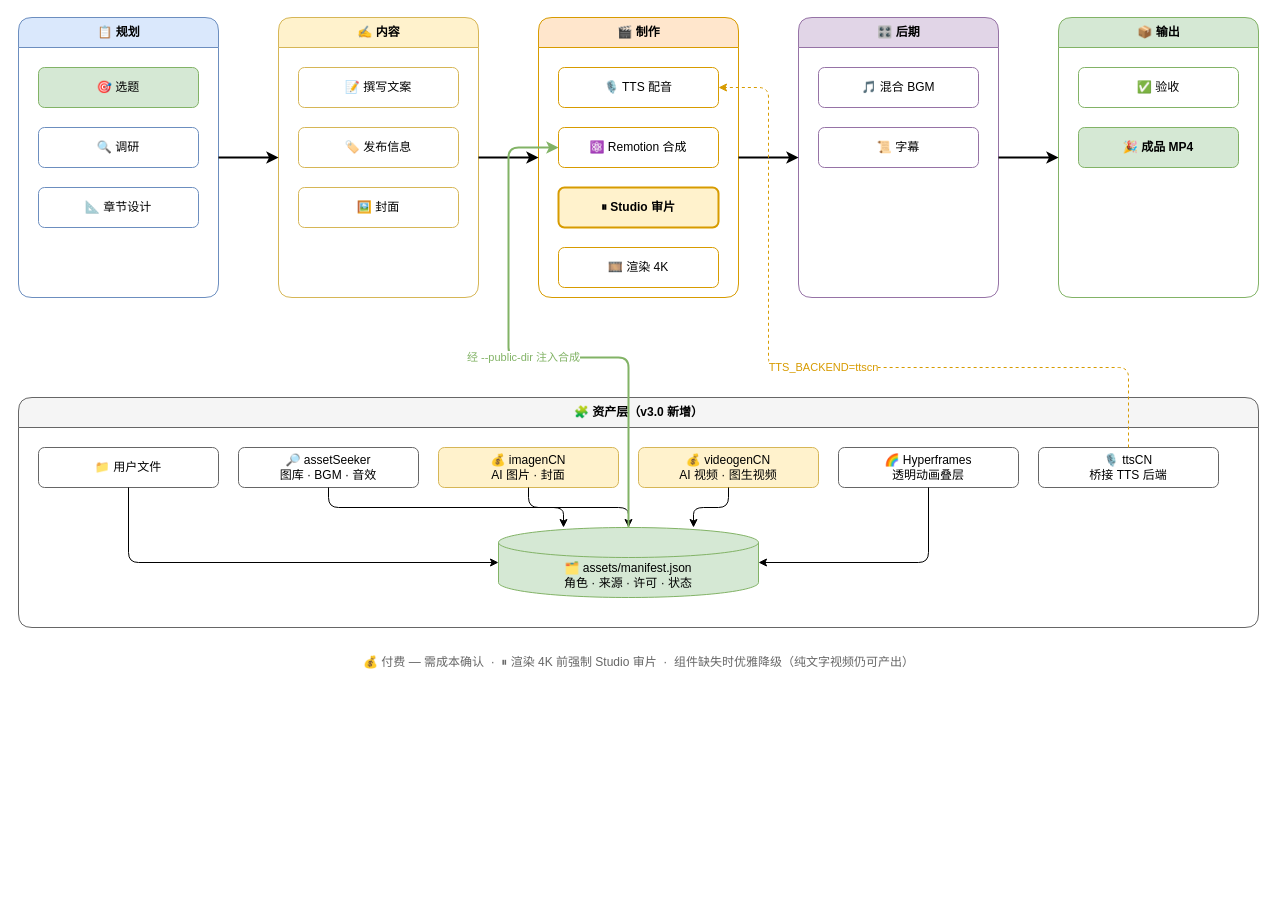
Earlier version of the draw.io diagram mirrors/repos/Agents365-ai@video-podcast-maker/skills/video-podcast-maker/assets/workflow-cn.drawio (gabrielmoreira/agent-skills-mirror). Source tidied: cells renumbered, new cells numbered last; positions are measured from the earlier drawing's top-left corner, leaving out a move shared by most shapes. Both pictures are drawn from the tidied source at 100%, with x=0, y=0 at pixel (18, 17).
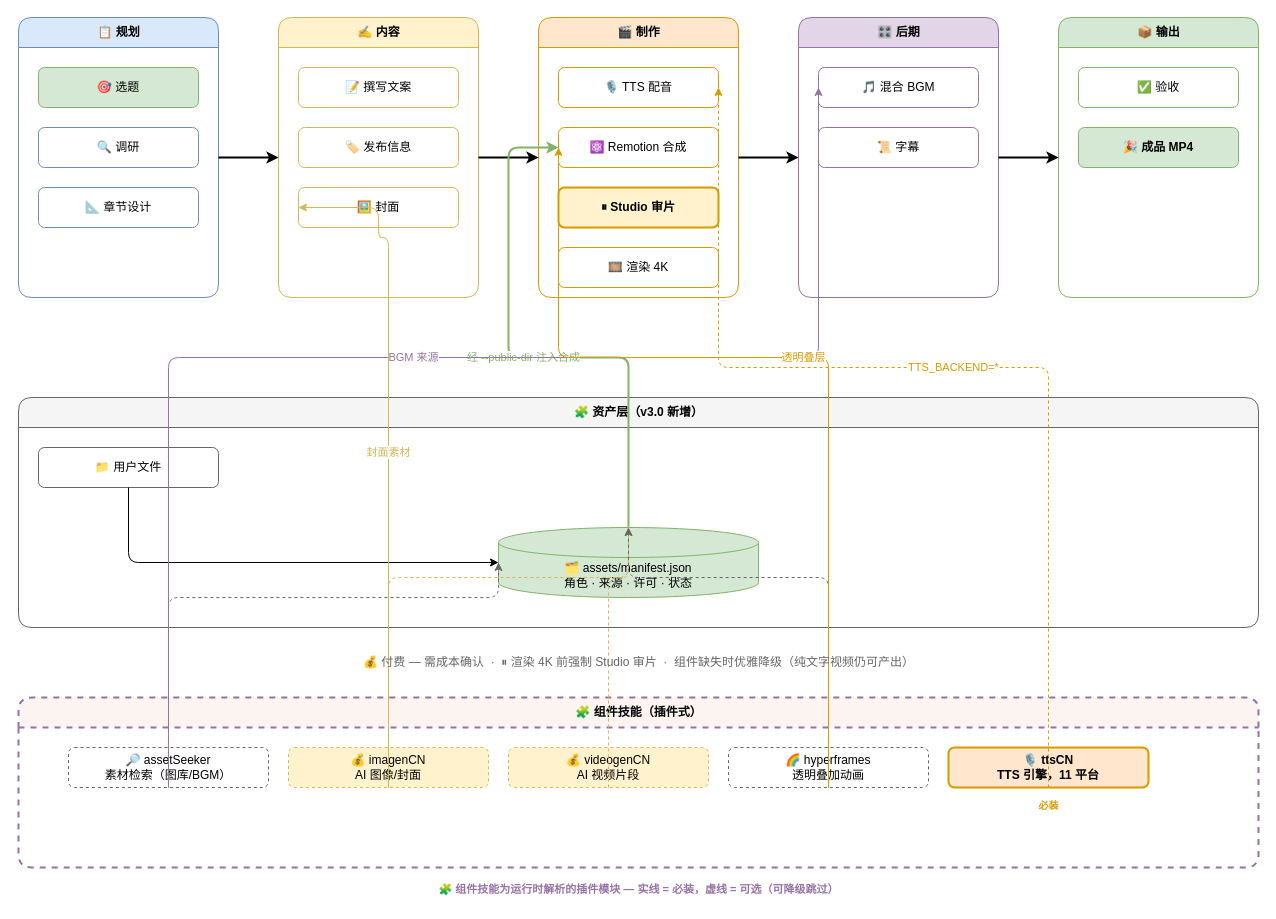
The same page after the edit.

Unchanged cells that the change refers to:
```xml
<mxCell id="9" value="🖼️ 封面" style="rounded=1;whiteSpace=wrap;html=1;fillColor=#ffffff;strokeColor=#d6b656;" parent="6" vertex="1">
  <mxGeometry x="20" y="170" width="160" height="40" as="geometry" />
</mxCell>
<mxCell id="11" value="🎙️ TTS 配音" style="rounded=1;whiteSpace=wrap;html=1;fillColor=#ffffff;strokeColor=#d79b00;" parent="10" vertex="1">
  <mxGeometry x="20" y="50" width="160" height="40" as="geometry" />
</mxCell>
<mxCell id="12" value="⚛️ Remotion 合成" style="rounded=1;whiteSpace=wrap;html=1;fillColor=#ffffff;strokeColor=#d79b00;" parent="10" vertex="1">
  <mxGeometry x="20" y="110" width="160" height="40" as="geometry" />
</mxCell>
<mxCell id="16" value="🎵 混合 BGM" style="rounded=1;whiteSpace=wrap;html=1;fillColor=#ffffff;strokeColor=#9673a6;" parent="15" vertex="1">
  <mxGeometry x="20" y="50" width="160" height="40" as="geometry" />
</mxCell>
<mxCell id="25" value="🧩 资产层（v3.0 新增）" style="swimlane;startSize=30;html=1;rounded=1;fillColor=#f5f5f5;strokeColor=#666666;fontStyle=1;" parent="1" vertex="1">
  <mxGeometry y="380" width="1240" height="230" as="geometry" />
</mxCell>
<mxCell id="32" value="🗂️ assets/manifest.json&#10;角色 · 来源 · 许可 · 状态" style="shape=cylinder3;whiteSpace=wrap;html=1;fillColor=#d5e8d4;strokeColor=#82b366;boundedLbl=1;" parent="25" vertex="1">
  <mxGeometry x="480" y="130" width="260" height="70" as="geometry" />
</mxCell>
```

Diff of the diagram source:
```diff
@@
-    <mxCell id="27" value="🔎 assetSeeker&#10;图库 · BGM · 音效" style="rounded=1;whiteSpace=wrap;html=1;fillColor=#ffffff;strokeColor=#666666;" parent="25" vertex="1">
-      <mxGeometry x="220" y="50" width="180" height="40" as="geometry" />
-    </mxCell>
-    <mxCell id="28" value="💰 imagenCN&#10;AI 图片 · 封面" style="rounded=1;whiteSpace=wrap;html=1;fillColor=#fff2cc;strokeColor=#d6b656;" parent="25" vertex="1">
-      <mxGeometry x="420" y="50" width="180" height="40" as="geometry" />
-    </mxCell>
-    <mxCell id="29" value="💰 videogenCN&#10;AI 视频 · 图生视频" style="rounded=1;whiteSpace=wrap;html=1;fillColor=#fff2cc;strokeColor=#d6b656;" parent="25" vertex="1">
-      <mxGeometry x="620" y="50" width="180" height="40" as="geometry" />
-    </mxCell>
-    <mxCell id="30" value="🌈 Hyperframes&#10;透明动画叠层" style="rounded=1;whiteSpace=wrap;html=1;fillColor=#ffffff;strokeColor=#666666;" parent="25" vertex="1">
-      <mxGeometry x="820" y="50" width="180" height="40" as="geometry" />
-    </mxCell>
-    <mxCell id="31" value="🎙️ ttsCN&#10;桥接 TTS 后端" style="rounded=1;whiteSpace=wrap;html=1;fillColor=#ffffff;strokeColor=#666666;" parent="25" vertex="1">
-      <mxGeometry x="1020" y="50" width="180" height="40" as="geometry" />
-    </mxCell>
@@
-    <mxCell id="34" style="edgeStyle=orthogonalEdgeStyle;rounded=1;jettySize=auto;html=1;exitX=0.5;exitY=1;exitDx=0;exitDy=0;entryX=0.25;entryY=0;entryDx=0;entryDy=0;" parent="25" edge="1" source="27" target="32">
-      <mxGeometry relative="1" as="geometry" />
-    </mxCell>
-    <mxCell id="35" style="edgeStyle=orthogonalEdgeStyle;rounded=1;jettySize=auto;html=1;exitX=0.5;exitY=1;exitDx=0;exitDy=0;entryX=0.5;entryY=0;entryDx=0;entryDy=0;" parent="25" edge="1" source="28" target="32">
-      <mxGeometry relative="1" as="geometry" />
-    </mxCell>
-    <mxCell id="36" style="edgeStyle=orthogonalEdgeStyle;rounded=1;jettySize=auto;html=1;exitX=0.5;exitY=1;exitDx=0;exitDy=0;entryX=0.75;entryY=0;entryDx=0;entryDy=0;" parent="25" edge="1" source="29" target="32">
-      <mxGeometry relative="1" as="geometry" />
-    </mxCell>
-    <mxCell id="37" style="edgeStyle=orthogonalEdgeStyle;rounded=1;jettySize=auto;html=1;exitX=0.5;exitY=1;exitDx=0;exitDy=0;entryX=1;entryY=0.5;entryDx=0;entryDy=0;" parent="25" edge="1" source="30" target="32">
-      <mxGeometry relative="1" as="geometry" />
-    </mxCell>
@@
+    <mxCell id="41" value="🧩 组件技能（插件式）" style="swimlane;startSize=30;html=1;rounded=1;fillColor=#fcf4f0;strokeColor=#9673a6;fontStyle=1;dashed=1;strokeWidth=2;" parent="1" vertex="1">
+      <mxGeometry y="680" width="1240" height="170" as="geometry" />
+    </mxCell>
+    <mxCell id="42" value="🔎 assetSeeker&#10;素材检索（图库/BGM）" style="rounded=1;whiteSpace=wrap;html=1;fillColor=#ffffff;strokeColor=#666666;dashed=1;" parent="41" vertex="1">
+      <mxGeometry x="50" y="50" width="200" height="40" as="geometry" />
+    </mxCell>
+    <mxCell id="43" value="💰 imagenCN&#10;AI 图像/封面" style="rounded=1;whiteSpace=wrap;html=1;fillColor=#fff2cc;strokeColor=#d6b656;dashed=1;" parent="41" vertex="1">
+      <mxGeometry x="270" y="50" width="200" height="40" as="geometry" />
+    </mxCell>
+    <mxCell id="44" value="💰 videogenCN&#10;AI 视频片段" style="rounded=1;whiteSpace=wrap;html=1;fillColor=#fff2cc;strokeColor=#d6b656;dashed=1;" parent="41" vertex="1">
+      <mxGeometry x="490" y="50" width="200" height="40" as="geometry" />
+    </mxCell>
+    <mxCell id="45" value="🌈 hyperframes&#10;透明叠加动画" style="rounded=1;whiteSpace=wrap;html=1;fillColor=#ffffff;strokeColor=#666666;dashed=1;" parent="41" vertex="1">
+      <mxGeometry x="710" y="50" width="200" height="40" as="geometry" />
+    </mxCell>
+    <mxCell id="46" value="🎙️ ttsCN&#10;TTS 引擎，11 平台" style="rounded=1;whiteSpace=wrap;html=1;fillColor=#ffe6cc;strokeColor=#d79b00;strokeWidth=2;fontStyle=1;" parent="41" vertex="1">
+      <mxGeometry x="930" y="50" width="200" height="40" as="geometry" />
+    </mxCell>
+    <mxCell id="47" value="必装" style="text;html=1;align=center;verticalAlign=middle;fontSize=10;fontColor=#d79b00;fontStyle=1;" parent="41" vertex="1">
+      <mxGeometry x="930" y="100" width="200" height="16" as="geometry" />
+    </mxCell>
+    <mxCell id="48" style="edgeStyle=orthogonalEdgeStyle;rounded=1;jettySize=auto;html=1;exitX=0.5;exitY=1;exitDx=0;exitDy=0;entryX=0;entryY=0.5;entryDx=0;entryDy=0;dashed=1;strokeColor=#666666;" parent="1" edge="1" source="42" target="32">
+      <mxGeometry relative="1" as="geometry">
+        <Array as="points">
+          <mxPoint x="150" y="580" />
+          <mxPoint x="480" y="580" />
+        </Array>
+      </mxGeometry>
+    </mxCell>
+    <mxCell id="49" style="edgeStyle=orthogonalEdgeStyle;rounded=1;jettySize=auto;html=1;exitX=0.5;exitY=1;exitDx=0;exitDy=0;entryX=0.5;entryY=0;entryDx=0;entryDy=0;dashed=1;strokeColor=#d6b656;" parent="1" edge="1" source="43" target="32">
+      <mxGeometry relative="1" as="geometry">
+        <Array as="points">
+          <mxPoint x="370" y="560" />
+          <mxPoint x="610" y="560" />
+        </Array>
+      </mxGeometry>
+    </mxCell>
+    <mxCell id="50" style="edgeStyle=orthogonalEdgeStyle;rounded=1;jettySize=auto;html=1;exitX=0.5;exitY=1;exitDx=0;exitDy=0;entryX=0.5;entryY=0;entryDx=0;entryDy=0;dashed=1;strokeColor=#d6b656;" parent="1" edge="1" source="44" target="32">
+      <mxGeometry relative="1" as="geometry">
+        <Array as="points">
+          <mxPoint x="590" y="560" />
+        </Array>
+      </mxGeometry>
+    </mxCell>
+    <mxCell id="51" style="edgeStyle=orthogonalEdgeStyle;rounded=1;jettySize=auto;html=1;exitX=0.5;exitY=1;exitDx=0;exitDy=0;entryX=0.5;entryY=0;entryDx=0;entryDy=0;dashed=1;strokeColor=#666666;" parent="1" edge="1" source="45" target="32">
+      <mxGeometry relative="1" as="geometry">
+        <Array as="points">
+          <mxPoint x="810" y="560" />
+          <mxPoint x="610" y="560" />
+        </Array>
+      </mxGeometry>
+    </mxCell>
+    <mxCell id="52" value="BGM 来源" style="edgeStyle=orthogonalEdgeStyle;rounded=1;jettySize=auto;html=1;exitX=0.5;exitY=1;exitDx=0;exitDy=0;entryX=0;entryY=0.5;entryDx=0;entryDy=0;strokeColor=#9673a6;fontColor=#9673a6;labelBackgroundColor=#ffffff;fontSize=11;" parent="1" edge="1" source="42" target="16">
+      <mxGeometry relative="1" as="geometry">
+        <Array as="points">
+          <mxPoint x="150" y="340" />
+          <mxPoint x="800" y="340" />
+        </Array>
+      </mxGeometry>
+    </mxCell>
+    <mxCell id="53" value="封面素材" style="edgeStyle=orthogonalEdgeStyle;rounded=1;jettySize=auto;html=1;exitX=0.5;exitY=1;exitDx=0;exitDy=0;entryX=0;entryY=0.5;entryDx=0;entryDy=0;strokeColor=#d6b656;fontColor=#d6b656;labelBackgroundColor=#ffffff;fontSize=11;" parent="1" edge="1" source="43" target="9">
+      <mxGeometry relative="1" as="geometry">
+        <Array as="points">
+          <mxPoint x="370" y="220" />
+          <mxPoint x="360" y="220" />
+        </Array>
+      </mxGeometry>
+    </mxCell>
+    <mxCell id="54" value="透明叠层" style="edgeStyle=orthogonalEdgeStyle;rounded=1;jettySize=auto;html=1;exitX=0.5;exitY=1;exitDx=0;exitDy=0;entryX=0;entryY=0.5;entryDx=0;entryDy=0;strokeColor=#d79b00;fontColor=#d79b00;labelBackgroundColor=#ffffff;fontSize=11;" parent="1" edge="1" source="45" target="12">
+      <mxGeometry relative="1" as="geometry">
+        <Array as="points">
+          <mxPoint x="810" y="340" />
+          <mxPoint x="540" y="340" />
+        </Array>
+      </mxGeometry>
+    </mxCell>
-    <mxCell id="39" value="TTS_BACKEND=ttscn" style="edgeStyle=orthogonalEdgeStyle;rounded=1;jettySize=auto;html=1;dashed=1;exitX=0.5;exitY=0;exitDx=0;exitDy=0;entryX=1;entryY=0.5;entryDx=0;entryDy=0;strokeColor=#d79b00;fontColor=#d79b00;labelBackgroundColor=#ffffff;fontSize=11;" parent="1" edge="1" source="31" target="11">
+    <mxCell id="39" value="TTS_BACKEND=*" style="edgeStyle=orthogonalEdgeStyle;rounded=1;jettySize=auto;html=1;dashed=1;exitX=0.5;exitY=1;exitDx=0;exitDy=0;entryX=1;entryY=0.5;entryDx=0;entryDy=0;strokeColor=#d79b00;fontColor=#d79b00;labelBackgroundColor=#ffffff;fontSize=11;" parent="1" edge="1" source="46" target="11">
       <mxGeometry relative="1" as="geometry">
         <Array as="points">
-          <mxPoint x="1110" y="350" />
-          <mxPoint x="750" y="350" />
-          <mxPoint x="750" y="70" />
+          <mxPoint x="1030" y="350" />
+          <mxPoint x="700" y="350" />
         </Array>
       </mxGeometry>
     </mxCell>
@@
+    <mxCell id="55" value="🧩 组件技能为运行时解析的插件模块 — 实线 = 必装，虚线 = 可选（可降级跳过）" style="text;html=1;align=center;verticalAlign=middle;fontSize=11;fontColor=#9673a6;fontStyle=1;" parent="1" vertex="1">
+      <mxGeometry x="200" y="860" width="840" height="24" as="geometry" />
+    </mxCell>
```
